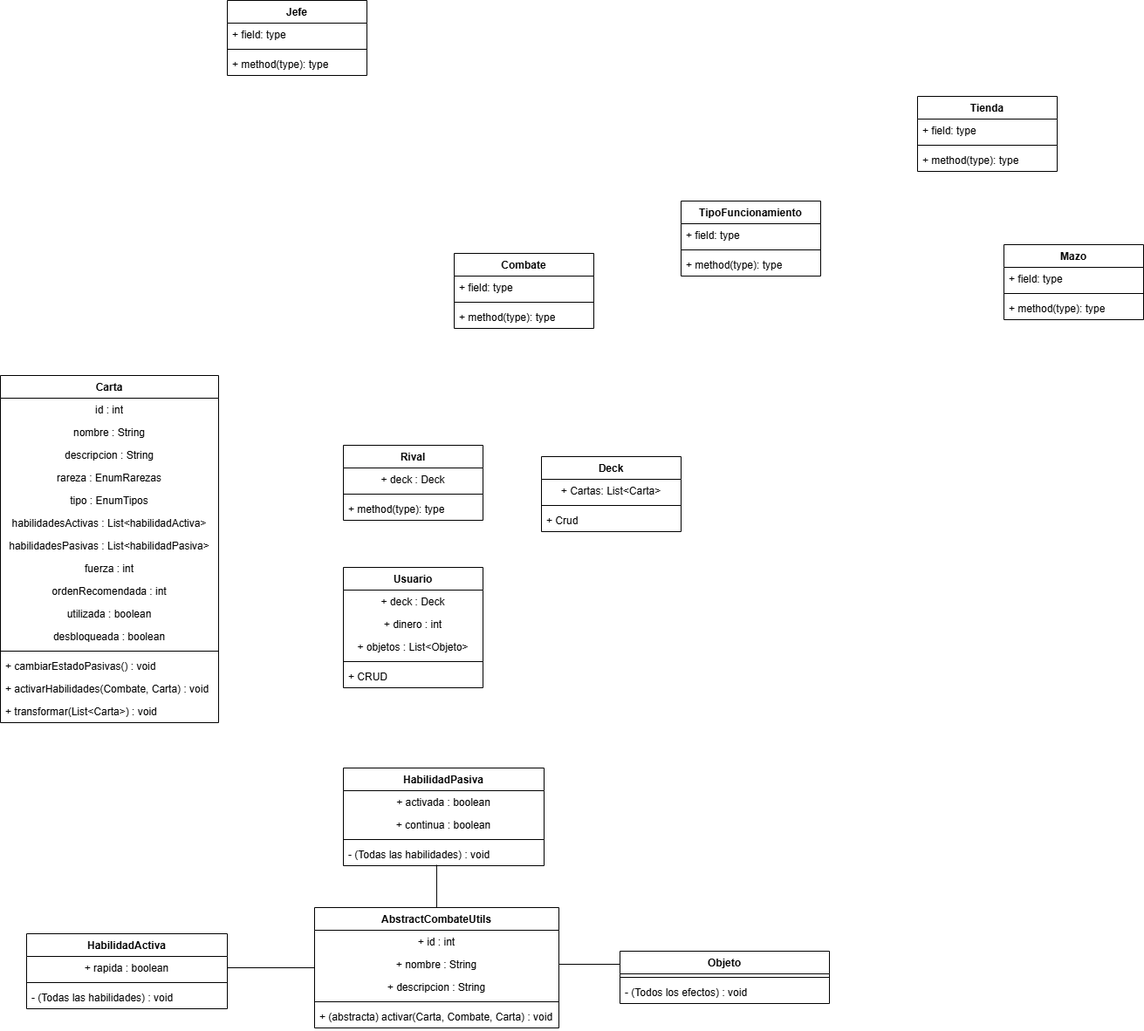
The draw.io diagram Imagenes/diagrama de clases.drawio.png in gian700/Beastdeck, before a commit. Source tidied: cells renumbered, new cells last; positions are measured from the earlier drawing's top-left corner, leaving out a move shared by most shapes.
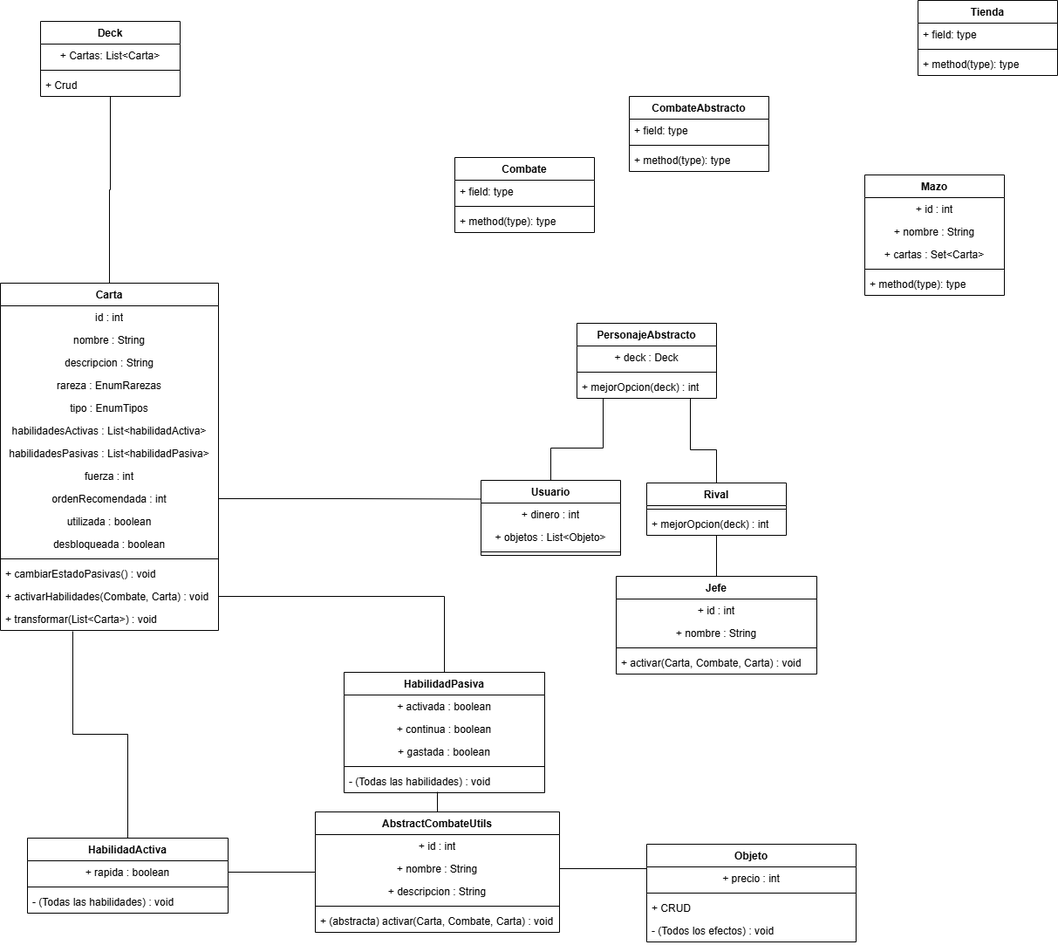
After the change.

What changed in the source:
```diff
@@ -2,8 +2,11 @@
   <root>
     <mxCell id="0" />
     <mxCell id="1" parent="0" />
+    <mxCell id="73" style="edgeStyle=orthogonalEdgeStyle;rounded=0;jettySize=auto;html=1;entryX=0.5;entryY=1;entryDx=0;entryDy=0;endArrow=none;startFill=0;" parent="1" edge="1" source="2" target="22">
+      <mxGeometry relative="1" as="geometry" />
+    </mxCell>
     <mxCell id="2" value="Carta" style="swimlane;fontStyle=1;align=center;verticalAlign=top;horizontal=1;startSize=26;whiteSpace=wrap;html=1;" parent="1" vertex="1">
-      <mxGeometry y="430" width="250" height="398" as="geometry" />
+      <mxGeometry x="-1" y="434" width="250" height="398" as="geometry" />
     </mxCell>
     <mxCell id="3" value="&lt;div&gt;id : int&lt;/div&gt;" style="text;strokeColor=none;fillColor=none;align=center;verticalAlign=top;spacingLeft=4;spacingRight=4;overflow=hidden;whiteSpace=wrap;html=1;" parent="2" vertex="1">
       <mxGeometry y="26" width="250" height="26" as="geometry" />
@@ -63,7 +66,7 @@
       <mxGeometry y="60" width="230" height="26" as="geometry" />
     </mxCell>
     <mxCell id="22" value="Deck" style="swimlane;fontStyle=1;align=center;verticalAlign=top;horizontal=1;startSize=26;whiteSpace=wrap;html=1;" parent="1" vertex="1">
-      <mxGeometry x="620" y="523" width="160" height="86" as="geometry" />
+      <mxGeometry x="45" y="134" width="160" height="86" as="geometry" />
     </mxCell>
     <mxCell id="23" value="+ Cartas: List&amp;lt;Carta&amp;gt;" style="text;strokeColor=none;fillColor=none;align=center;verticalAlign=top;spacingLeft=4;spacingRight=4;overflow=hidden;whiteSpace=wrap;html=1;" parent="22" vertex="1">
       <mxGeometry y="26" width="160" height="26" as="geometry" />
@@ -87,49 +90,52 @@
       <mxGeometry y="60" width="160" height="26" as="geometry" />
     </mxCell>
     <mxCell id="30" value="Jefe" style="swimlane;fontStyle=1;align=center;verticalAlign=top;horizontal=1;startSize=26;whiteSpace=wrap;html=1;" parent="1" vertex="1">
-      <mxGeometry x="260" width="160" height="86" as="geometry" />
+      <mxGeometry x="705" y="770" width="230" height="112" as="geometry" />
     </mxCell>
+    <mxCell id="74" value="+ id : int" style="text;strokeColor=none;fillColor=none;align=center;verticalAlign=top;spacingLeft=4;spacingRight=4;overflow=hidden;whiteSpace=wrap;html=1;" parent="30" vertex="1">
+      <mxGeometry y="26" width="230" height="26" as="geometry" />
+    </mxCell>
-    <mxCell id="31" value="+ field: type" style="text;strokeColor=none;fillColor=none;align=left;verticalAlign=top;spacingLeft=4;spacingRight=4;overflow=hidden;whiteSpace=wrap;html=1;" parent="30" vertex="1">
-      <mxGeometry y="26" width="160" height="26" as="geometry" />
+    <mxCell id="31" value="+ nombre : String" style="text;strokeColor=none;fillColor=none;align=center;verticalAlign=top;spacingLeft=4;spacingRight=4;overflow=hidden;whiteSpace=wrap;html=1;" parent="30" vertex="1">
+      <mxGeometry y="52" width="230" height="26" as="geometry" />
     </mxCell>
     <mxCell id="32" style="line;strokeWidth=1;fillColor=none;align=left;verticalAlign=middle;spacingTop=-1;spacingLeft=3;spacingRight=3;labelPosition=right;strokeColor=inherit;" parent="30" vertex="1">
-      <mxGeometry y="52" width="160" height="8" as="geometry" />
+      <mxGeometry y="78" width="230" height="8" as="geometry" />
     </mxCell>
-    <mxCell id="33" value="+ method(type): type" style="text;strokeColor=none;fillColor=none;align=left;verticalAlign=top;spacingLeft=4;spacingRight=4;overflow=hidden;whiteSpace=wrap;html=1;" parent="30" vertex="1">
-      <mxGeometry y="60" width="160" height="26" as="geometry" />
-    </mxCell>
+    <mxCell id="75" value="+ activar(Carta, Combate, Carta) : void" style="text;strokeColor=none;fillColor=none;align=left;verticalAlign=top;spacingLeft=4;spacingRight=4;overflow=hidden;whiteSpace=wrap;html=1;" parent="30" vertex="1">
+      <mxGeometry y="86" width="230" height="26" as="geometry" />
+    </mxCell>
     <mxCell id="34" value="Usuario" style="swimlane;fontStyle=1;align=center;verticalAlign=top;horizontal=1;startSize=26;whiteSpace=wrap;html=1;" parent="1" vertex="1">
-      <mxGeometry x="393" y="650" width="160" height="138" as="geometry" />
+      <mxGeometry x="550" y="660" width="160" height="86" as="geometry" />
     </mxCell>
-    <mxCell id="35" value="+ deck : Deck" style="text;strokeColor=none;fillColor=none;align=center;verticalAlign=top;spacingLeft=4;spacingRight=4;overflow=hidden;whiteSpace=wrap;html=1;" parent="34" vertex="1">
-      <mxGeometry y="26" width="160" height="26" as="geometry" />
-    </mxCell>
     <mxCell id="36" value="+ dinero : int" style="text;strokeColor=none;fillColor=none;align=center;verticalAlign=top;spacingLeft=4;spacingRight=4;overflow=hidden;whiteSpace=wrap;html=1;" parent="34" vertex="1">
-      <mxGeometry y="52" width="160" height="26" as="geometry" />
+      <mxGeometry y="26" width="160" height="26" as="geometry" />
     </mxCell>
     <mxCell id="37" value="+ objetos : List&amp;lt;Objeto&amp;gt;" style="text;strokeColor=none;fillColor=none;align=center;verticalAlign=top;spacingLeft=4;spacingRight=4;overflow=hidden;whiteSpace=wrap;html=1;" parent="34" vertex="1">
-      <mxGeometry y="78" width="160" height="26" as="geometry" />
+      <mxGeometry y="52" width="160" height="26" as="geometry" />
     </mxCell>
     <mxCell id="38" style="line;strokeWidth=1;fillColor=none;align=left;verticalAlign=middle;spacingTop=-1;spacingLeft=3;spacingRight=3;labelPosition=right;strokeColor=inherit;" parent="34" vertex="1">
-      <mxGeometry y="104" width="160" height="8" as="geometry" />
+      <mxGeometry y="78" width="160" height="8" as="geometry" />
     </mxCell>
-    <mxCell id="39" value="+ CRUD" style="text;strokeColor=none;fillColor=none;align=left;verticalAlign=top;spacingLeft=4;spacingRight=4;overflow=hidden;whiteSpace=wrap;html=1;" parent="34" vertex="1">
-      <mxGeometry y="112" width="160" height="26" as="geometry" />
-    </mxCell>
     <mxCell id="40" value="Mazo" style="swimlane;fontStyle=1;align=center;verticalAlign=top;horizontal=1;startSize=26;whiteSpace=wrap;html=1;" parent="1" vertex="1">
-      <mxGeometry x="1150" y="280" width="160" height="86" as="geometry" />
+      <mxGeometry x="990" y="310" width="160" height="138" as="geometry" />
     </mxCell>
-    <mxCell id="41" value="+ field: type" style="text;strokeColor=none;fillColor=none;align=left;verticalAlign=top;spacingLeft=4;spacingRight=4;overflow=hidden;whiteSpace=wrap;html=1;" parent="40" vertex="1">
-      <mxGeometry y="26" width="160" height="26" as="geometry" />
-    </mxCell>
+    <mxCell id="76" value="+ id : int" style="text;strokeColor=none;fillColor=none;align=center;verticalAlign=top;spacingLeft=4;spacingRight=4;overflow=hidden;whiteSpace=wrap;html=1;" parent="40" vertex="1">
+      <mxGeometry y="26" width="160" height="26" as="geometry" />
+    </mxCell>
+    <mxCell id="77" value="+ nombre : String" style="text;strokeColor=none;fillColor=none;align=center;verticalAlign=top;spacingLeft=4;spacingRight=4;overflow=hidden;whiteSpace=wrap;html=1;" parent="40" vertex="1">
+      <mxGeometry y="52" width="160" height="26" as="geometry" />
+    </mxCell>
+    <mxCell id="78" value="+ cartas : Set&amp;lt;Carta&amp;gt;" style="text;strokeColor=none;fillColor=none;align=center;verticalAlign=top;spacingLeft=4;spacingRight=4;overflow=hidden;whiteSpace=wrap;html=1;" parent="40" vertex="1">
+      <mxGeometry y="78" width="160" height="26" as="geometry" />
+    </mxCell>
     <mxCell id="42" style="line;strokeWidth=1;fillColor=none;align=left;verticalAlign=middle;spacingTop=-1;spacingLeft=3;spacingRight=3;labelPosition=right;strokeColor=inherit;" parent="40" vertex="1">
-      <mxGeometry y="52" width="160" height="8" as="geometry" />
+      <mxGeometry y="104" width="160" height="8" as="geometry" />
     </mxCell>
     <mxCell id="43" value="+ method(type): type" style="text;strokeColor=none;fillColor=none;align=left;verticalAlign=top;spacingLeft=4;spacingRight=4;overflow=hidden;whiteSpace=wrap;html=1;" parent="40" vertex="1">
-      <mxGeometry y="60" width="160" height="26" as="geometry" />
+      <mxGeometry y="112" width="160" height="26" as="geometry" />
     </mxCell>
-    <mxCell id="44" value="TipoFuncionamiento" style="swimlane;fontStyle=1;align=center;verticalAlign=top;horizontal=1;startSize=26;whiteSpace=wrap;html=1;" parent="1" vertex="1">
-      <mxGeometry x="780" y="230" width="160" height="86" as="geometry" />
+    <mxCell id="44" value="CombateAbstracto" style="swimlane;fontStyle=1;align=center;verticalAlign=top;horizontal=1;startSize=26;whiteSpace=wrap;html=1;" parent="1" vertex="1">
+      <mxGeometry x="720" y="220" width="160" height="86" as="geometry" />
     </mxCell>
     <mxCell id="45" value="+ field: type" style="text;strokeColor=none;fillColor=none;align=left;verticalAlign=top;spacingLeft=4;spacingRight=4;overflow=hidden;whiteSpace=wrap;html=1;" parent="44" vertex="1">
       <mxGeometry y="26" width="160" height="26" as="geometry" />
@@ -140,17 +146,17 @@
     <mxCell id="47" value="+ method(type): type" style="text;strokeColor=none;fillColor=none;align=left;verticalAlign=top;spacingLeft=4;spacingRight=4;overflow=hidden;whiteSpace=wrap;html=1;" parent="44" vertex="1">
       <mxGeometry y="60" width="160" height="26" as="geometry" />
     </mxCell>
+    <mxCell id="79" style="edgeStyle=orthogonalEdgeStyle;rounded=0;jettySize=auto;html=1;entryX=0.5;entryY=0;entryDx=0;entryDy=0;endArrow=none;startFill=0;" parent="1" edge="1" source="48" target="30">
+      <mxGeometry relative="1" as="geometry" />
+    </mxCell>
     <mxCell id="48" value="Rival" style="swimlane;fontStyle=1;align=center;verticalAlign=top;horizontal=1;startSize=26;whiteSpace=wrap;html=1;" parent="1" vertex="1">
-      <mxGeometry x="393" y="510" width="160" height="86" as="geometry" />
+      <mxGeometry x="740" y="663" width="160" height="60" as="geometry" />
     </mxCell>
-    <mxCell id="49" value="+ deck : Deck" style="text;strokeColor=none;fillColor=none;align=center;verticalAlign=top;spacingLeft=4;spacingRight=4;overflow=hidden;whiteSpace=wrap;html=1;" parent="48" vertex="1">
-      <mxGeometry y="26" width="160" height="26" as="geometry" />
-    </mxCell>
     <mxCell id="50" style="line;strokeWidth=1;fillColor=none;align=left;verticalAlign=middle;spacingTop=-1;spacingLeft=3;spacingRight=3;labelPosition=right;strokeColor=inherit;" parent="48" vertex="1">
-      <mxGeometry y="52" width="160" height="8" as="geometry" />
+      <mxGeometry y="26" width="160" height="8" as="geometry" />
     </mxCell>
-    <mxCell id="51" value="+ method(type): type" style="text;strokeColor=none;fillColor=none;align=left;verticalAlign=top;spacingLeft=4;spacingRight=4;overflow=hidden;whiteSpace=wrap;html=1;" parent="48" vertex="1">
-      <mxGeometry y="60" width="160" height="26" as="geometry" />
+    <mxCell id="51" value="+ mejorOpcion(deck) : int" style="text;strokeColor=none;fillColor=none;align=left;verticalAlign=top;spacingLeft=4;spacingRight=4;overflow=hidden;whiteSpace=wrap;html=1;" parent="48" vertex="1">
+      <mxGeometry y="34" width="160" height="26" as="geometry" />
     </mxCell>
     <mxCell id="52" value="Tienda" style="swimlane;fontStyle=1;align=center;verticalAlign=top;horizontal=1;startSize=26;whiteSpace=wrap;html=1;" parent="1" vertex="1">
       <mxGeometry x="1051" y="110" width="160" height="86" as="geometry" />
@@ -165,16 +171,25 @@
       <mxGeometry y="60" width="160" height="26" as="geometry" />
     </mxCell>
     <mxCell id="56" value="Objeto" style="swimlane;fontStyle=1;align=center;verticalAlign=top;horizontal=1;startSize=26;whiteSpace=wrap;html=1;" parent="1" vertex="1">
-      <mxGeometry x="710" y="1090" width="240" height="60" as="geometry" />
+      <mxGeometry x="740" y="1077" width="240" height="112" as="geometry" />
     </mxCell>
+    <mxCell id="80" value="+ precio : int" style="text;strokeColor=none;fillColor=none;align=center;verticalAlign=top;spacingLeft=4;spacingRight=4;overflow=hidden;whiteSpace=wrap;html=1;" parent="56" vertex="1">
+      <mxGeometry y="26" width="240" height="26" as="geometry" />
+    </mxCell>
     <mxCell id="57" style="line;strokeWidth=1;fillColor=none;align=left;verticalAlign=middle;spacingTop=-1;spacingLeft=3;spacingRight=3;labelPosition=right;strokeColor=inherit;" parent="56" vertex="1">
-      <mxGeometry y="26" width="240" height="8" as="geometry" />
+      <mxGeometry y="52" width="240" height="8" as="geometry" />
     </mxCell>
+    <mxCell id="39" value="+ CRUD" style="text;strokeColor=none;fillColor=none;align=left;verticalAlign=top;spacingLeft=4;spacingRight=4;overflow=hidden;whiteSpace=wrap;html=1;" parent="56" vertex="1">
+      <mxGeometry y="60" width="240" height="26" as="geometry" />
+    </mxCell>
     <mxCell id="58" value="- (Todos los efectos) : void" style="text;strokeColor=none;fillColor=none;align=left;verticalAlign=top;spacingLeft=4;spacingRight=4;overflow=hidden;whiteSpace=wrap;html=1;" parent="56" vertex="1">
-      <mxGeometry y="34" width="240" height="26" as="geometry" />
+      <mxGeometry y="86" width="240" height="26" as="geometry" />
     </mxCell>
+    <mxCell id="81" style="edgeStyle=orthogonalEdgeStyle;rounded=0;jettySize=auto;html=1;entryX=1;entryY=0.5;entryDx=0;entryDy=0;endArrow=none;startFill=0;" parent="1" edge="1" source="59" target="16">
+      <mxGeometry relative="1" as="geometry" />
+    </mxCell>
     <mxCell id="59" value="HabilidadPasiva" style="swimlane;fontStyle=1;align=center;verticalAlign=top;horizontal=1;startSize=26;whiteSpace=wrap;html=1;" parent="1" vertex="1">
-      <mxGeometry x="393" y="880" width="230" height="112" as="geometry" />
+      <mxGeometry x="393" y="880" width="230" height="138" as="geometry" />
     </mxCell>
     <mxCell id="60" value="+ activada : boolean" style="text;strokeColor=none;fillColor=none;align=center;verticalAlign=top;spacingLeft=4;spacingRight=4;overflow=hidden;whiteSpace=wrap;html=1;" parent="59" vertex="1">
       <mxGeometry y="26" width="230" height="26" as="geometry" />
@@ -182,11 +197,14 @@
     <mxCell id="61" value="+ continua : boolean" style="text;strokeColor=none;fillColor=none;align=center;verticalAlign=top;spacingLeft=4;spacingRight=4;overflow=hidden;whiteSpace=wrap;html=1;" parent="59" vertex="1">
       <mxGeometry y="52" width="230" height="26" as="geometry" />
     </mxCell>
+    <mxCell id="82" value="+ gastada : boolean" style="text;strokeColor=none;fillColor=none;align=center;verticalAlign=top;spacingLeft=4;spacingRight=4;overflow=hidden;whiteSpace=wrap;html=1;" parent="59" vertex="1">
+      <mxGeometry y="78" width="230" height="26" as="geometry" />
+    </mxCell>
     <mxCell id="62" style="line;strokeWidth=1;fillColor=none;align=left;verticalAlign=middle;spacingTop=-1;spacingLeft=3;spacingRight=3;labelPosition=right;strokeColor=inherit;" parent="59" vertex="1">
-      <mxGeometry y="78" width="230" height="8" as="geometry" />
+      <mxGeometry y="104" width="230" height="8" as="geometry" />
     </mxCell>
     <mxCell id="63" value="- (Todas las habilidades) : void" style="text;strokeColor=none;fillColor=none;align=left;verticalAlign=top;spacingLeft=4;spacingRight=4;overflow=hidden;points=[[0,0.5],[1,0.5]];portConstraint=eastwest;whiteSpace=wrap;html=1;" parent="59" vertex="1">
-      <mxGeometry y="86" width="230" height="26" as="geometry" />
+      <mxGeometry y="112" width="230" height="26" as="geometry" />
     </mxCell>
     <mxCell id="64" style="edgeStyle=orthogonalEdgeStyle;rounded=0;jettySize=auto;html=1;entryX=1;entryY=0.5;entryDx=0;entryDy=0;endArrow=none;startFill=0;" parent="1" edge="1" source="65" target="19">
       <mxGeometry relative="1" as="geometry" />
@@ -215,5 +233,39 @@
     <mxCell id="72" style="edgeStyle=orthogonalEdgeStyle;rounded=0;jettySize=auto;html=1;entryX=0;entryY=0.25;entryDx=0;entryDy=0;endArrow=none;startFill=0;" parent="1" edge="1" source="67" target="56">
       <mxGeometry relative="1" as="geometry" />
     </mxCell>
+    <mxCell id="83" style="edgeStyle=orthogonalEdgeStyle;rounded=0;jettySize=auto;html=1;entryX=0.5;entryY=0;entryDx=0;entryDy=0;endArrow=none;startFill=0;" parent="1" edge="1" source="85" target="34">
+      <mxGeometry relative="1" as="geometry">
+        <Array as="points">
+          <mxPoint x="690" y="623" />
+          <mxPoint x="630" y="623" />
+        </Array>
+      </mxGeometry>
+    </mxCell>
+    <mxCell id="84" style="edgeStyle=orthogonalEdgeStyle;rounded=0;jettySize=auto;html=1;entryX=0.5;entryY=0;entryDx=0;entryDy=0;endArrow=none;startFill=0;" parent="1" edge="1" source="85" target="48">
+      <mxGeometry relative="1" as="geometry">
+        <Array as="points">
+          <mxPoint x="790" y="625" />
+          <mxPoint x="820" y="625" />
+        </Array>
+      </mxGeometry>
+    </mxCell>
+    <mxCell id="85" value="PersonajeAbstracto" style="swimlane;fontStyle=1;align=center;verticalAlign=top;horizontal=1;startSize=26;whiteSpace=wrap;html=1;" parent="1" vertex="1">
+      <mxGeometry x="660" y="480" width="160" height="86" as="geometry" />
+    </mxCell>
+    <mxCell id="86" value="+ deck : Deck" style="text;strokeColor=none;fillColor=none;align=center;verticalAlign=top;spacingLeft=4;spacingRight=4;overflow=hidden;whiteSpace=wrap;html=1;" parent="85" vertex="1">
+      <mxGeometry y="26" width="160" height="26" as="geometry" />
+    </mxCell>
+    <mxCell id="87" style="line;strokeWidth=1;fillColor=none;align=left;verticalAlign=middle;spacingTop=-1;spacingLeft=3;spacingRight=3;labelPosition=right;strokeColor=inherit;" parent="85" vertex="1">
+      <mxGeometry y="52" width="160" height="8" as="geometry" />
+    </mxCell>
+    <mxCell id="88" value="+ mejorOpcion(deck) : int" style="text;strokeColor=none;fillColor=none;align=left;verticalAlign=top;spacingLeft=4;spacingRight=4;overflow=hidden;whiteSpace=wrap;html=1;" parent="85" vertex="1">
+      <mxGeometry y="60" width="160" height="26" as="geometry" />
+    </mxCell>
+    <mxCell id="89" style="edgeStyle=orthogonalEdgeStyle;rounded=0;jettySize=auto;html=1;entryX=0;entryY=0.25;entryDx=0;entryDy=0;endArrow=none;startFill=0;" parent="1" edge="1" source="11" target="34">
+      <mxGeometry relative="1" as="geometry" />
+    </mxCell>
+    <mxCell id="90" style="edgeStyle=orthogonalEdgeStyle;rounded=0;jettySize=auto;html=1;entryX=0.332;entryY=1.038;entryDx=0;entryDy=0;entryPerimeter=0;endArrow=none;startFill=0;" parent="1" edge="1" source="18" target="17">
+      <mxGeometry relative="1" as="geometry" />
+    </mxCell>
   </root>
 </mxGraphModel>
```
